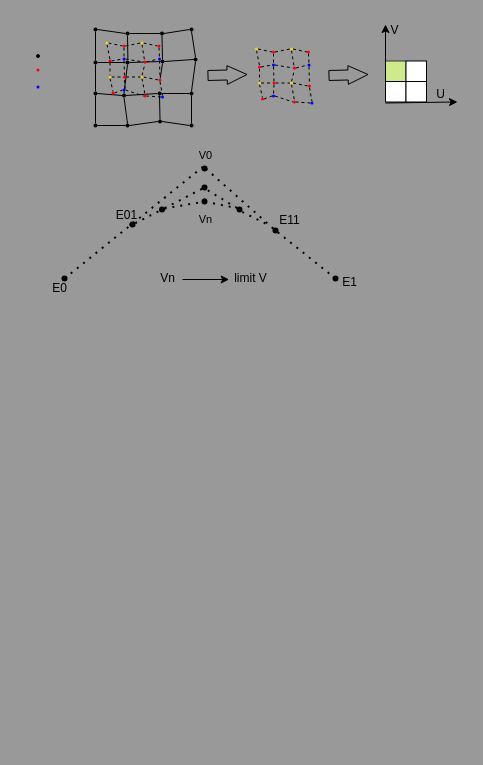
The draw.io diagram GDOC.drawio in killroshan/visio_chart, before the edit. Source tidied: cells renumbered, new cells numbered last; positions are measured from the earlier drawing's top-left corner, leaving out a move shared by most shapes. Both pictures are drawn from the tidied source at 100%, with x=0, y=0 at pixel (36, 17).
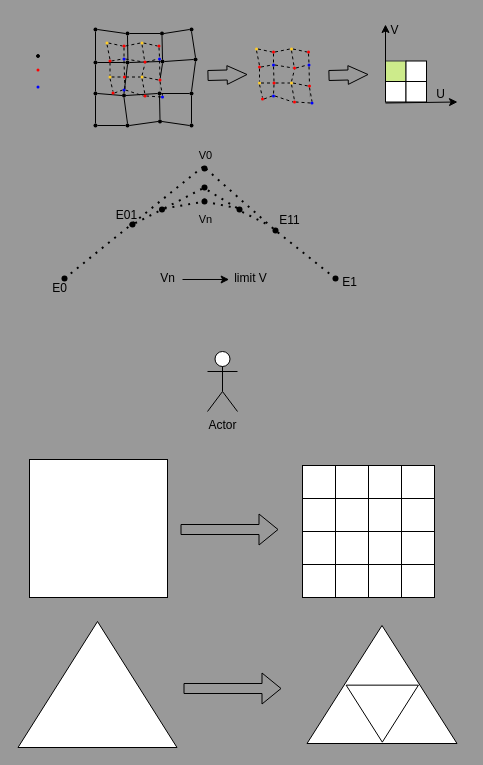
Above is the later version.

Change to the diagram source:
```diff
@@
+    <mxCell id="170" value="Actor" style="shape=umlActor;verticalLabelPosition=bottom;verticalAlign=top;html=1;" parent="1" vertex="1">
+      <mxGeometry x="171" y="334" width="30" height="60" as="geometry" />
+    </mxCell>
+    <mxCell id="171" style="whiteSpace=wrap;html=1;" parent="1" vertex="1">
+      <mxGeometry x="-7" y="442" width="138" height="138" as="geometry" />
+    </mxCell>
+    <mxCell id="172" style="shape=flexArrow;endArrow=classic;html=1;rounded=0;" parent="1" edge="1">
+      <mxGeometry relative="1" as="geometry">
+        <mxPoint x="144" y="512" as="sourcePoint" />
+        <mxPoint x="242" y="512" as="targetPoint" />
+      </mxGeometry>
+    </mxCell>
+    <mxCell id="173" style="whiteSpace=wrap;html=1;" parent="1" vertex="1">
+      <mxGeometry x="266" y="448" width="33" height="33" as="geometry" />
+    </mxCell>
+    <mxCell id="174" style="whiteSpace=wrap;html=1;" parent="1" vertex="1">
+      <mxGeometry x="299" y="448" width="33" height="33" as="geometry" />
+    </mxCell>
+    <mxCell id="175" style="whiteSpace=wrap;html=1;" parent="1" vertex="1">
+      <mxGeometry x="332" y="448" width="33" height="33" as="geometry" />
+    </mxCell>
+    <mxCell id="176" style="whiteSpace=wrap;html=1;" parent="1" vertex="1">
+      <mxGeometry x="365" y="448" width="33" height="33" as="geometry" />
+    </mxCell>
+    <mxCell id="177" style="whiteSpace=wrap;html=1;" parent="1" vertex="1">
+      <mxGeometry x="266" y="481" width="33" height="33" as="geometry" />
+    </mxCell>
+    <mxCell id="178" style="whiteSpace=wrap;html=1;" parent="1" vertex="1">
+      <mxGeometry x="299" y="481" width="33" height="33" as="geometry" />
+    </mxCell>
+    <mxCell id="179" style="whiteSpace=wrap;html=1;" parent="1" vertex="1">
+      <mxGeometry x="332" y="481" width="33" height="33" as="geometry" />
+    </mxCell>
+    <mxCell id="180" style="whiteSpace=wrap;html=1;" parent="1" vertex="1">
+      <mxGeometry x="365" y="481" width="33" height="33" as="geometry" />
+    </mxCell>
+    <mxCell id="181" style="whiteSpace=wrap;html=1;" parent="1" vertex="1">
+      <mxGeometry x="266" y="514" width="33" height="33" as="geometry" />
+    </mxCell>
+    <mxCell id="182" style="whiteSpace=wrap;html=1;" parent="1" vertex="1">
+      <mxGeometry x="299" y="514" width="33" height="33" as="geometry" />
+    </mxCell>
+    <mxCell id="183" style="whiteSpace=wrap;html=1;" parent="1" vertex="1">
+      <mxGeometry x="332" y="514" width="33" height="33" as="geometry" />
+    </mxCell>
+    <mxCell id="184" style="whiteSpace=wrap;html=1;" parent="1" vertex="1">
+      <mxGeometry x="365" y="514" width="33" height="33" as="geometry" />
+    </mxCell>
+    <mxCell id="185" style="whiteSpace=wrap;html=1;" parent="1" vertex="1">
+      <mxGeometry x="266" y="547" width="33" height="33" as="geometry" />
+    </mxCell>
+    <mxCell id="186" style="whiteSpace=wrap;html=1;" parent="1" vertex="1">
+      <mxGeometry x="299" y="547" width="33" height="33" as="geometry" />
+    </mxCell>
+    <mxCell id="187" style="whiteSpace=wrap;html=1;" parent="1" vertex="1">
+      <mxGeometry x="332" y="547" width="33" height="33" as="geometry" />
+    </mxCell>
+    <mxCell id="188" style="whiteSpace=wrap;html=1;" parent="1" vertex="1">
+      <mxGeometry x="365" y="547" width="33" height="33" as="geometry" />
+    </mxCell>
+    <mxCell id="189" style="triangle;whiteSpace=wrap;html=1;rotation=-90;" parent="1" vertex="1">
+      <mxGeometry x="-2" y="587.5" width="126" height="159" as="geometry" />
+    </mxCell>
+    <mxCell id="190" style="shape=flexArrow;endArrow=classic;html=1;rounded=0;" parent="1" edge="1">
+      <mxGeometry relative="1" as="geometry">
+        <mxPoint x="147" y="671" as="sourcePoint" />
+        <mxPoint x="245" y="671" as="targetPoint" />
+      </mxGeometry>
+    </mxCell>
+    <mxCell id="191" style="triangle;whiteSpace=wrap;html=1;rotation=-90;" parent="1" vertex="1">
+      <mxGeometry x="286.5" y="592" width="118" height="150" as="geometry" />
+    </mxCell>
+    <mxCell id="192" style="triangle;whiteSpace=wrap;html=1;rotation=90;" parent="1" vertex="1">
+      <mxGeometry x="317.3" y="660" width="57" height="72.3" as="geometry" />
+    </mxCell>
```
